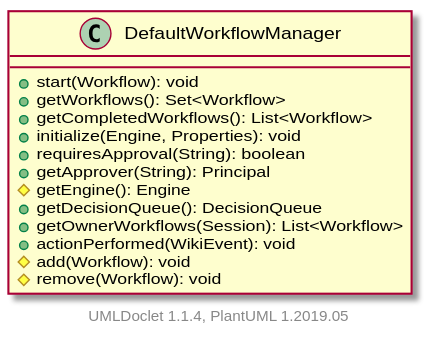
apache/jspwiki-site keeps this PlantUML diagram as apidocs/2.11.0.M7-SNAPSHOT/org/apache/wiki/workflow/DefaultWorkflowManager.svg. Above is the earlier version.
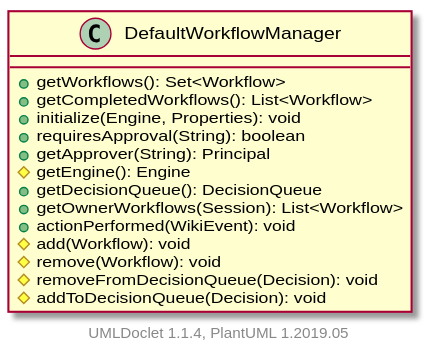
Above is the later version.

Change to the diagram source:
```diff
@@ -1,7 +1,6 @@
 @startuml
 
     class DefaultWorkflowManager [[DefaultWorkflowManager.html]] {
-        +start(Workflow): void
         +getWorkflows(): Set<Workflow>
         +getCompletedWorkflows(): List<Workflow>
         +initialize(Engine, Properties): void
@@ -13,6 +12,8 @@
         +actionPerformed(WikiEvent): void
         #add(Workflow): void
         #remove(Workflow): void
+        #removeFromDecisionQueue(Decision): void
+        #addToDecisionQueue(Decision): void
     }
 
 
```
